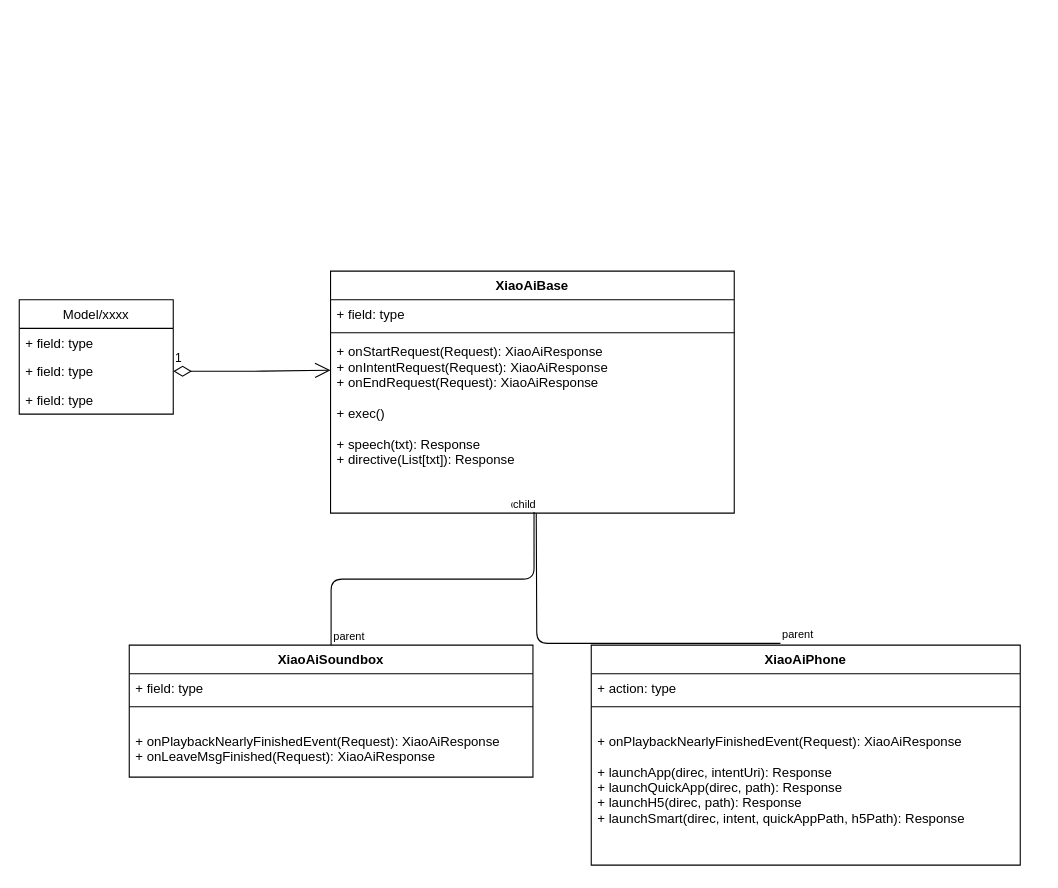
Earlier version of the draw.io diagram Untitled Diagram.drawio (HappyAngel/DependencyInjection_Investigate). Source tidied: cells renumbered, new cells numbered last; positions are measured from the earlier drawing's top-left corner, leaving out a move shared by most shapes. Both pictures are drawn from the tidied source at 110%, with x=0, y=0 at pixel (19, 271).
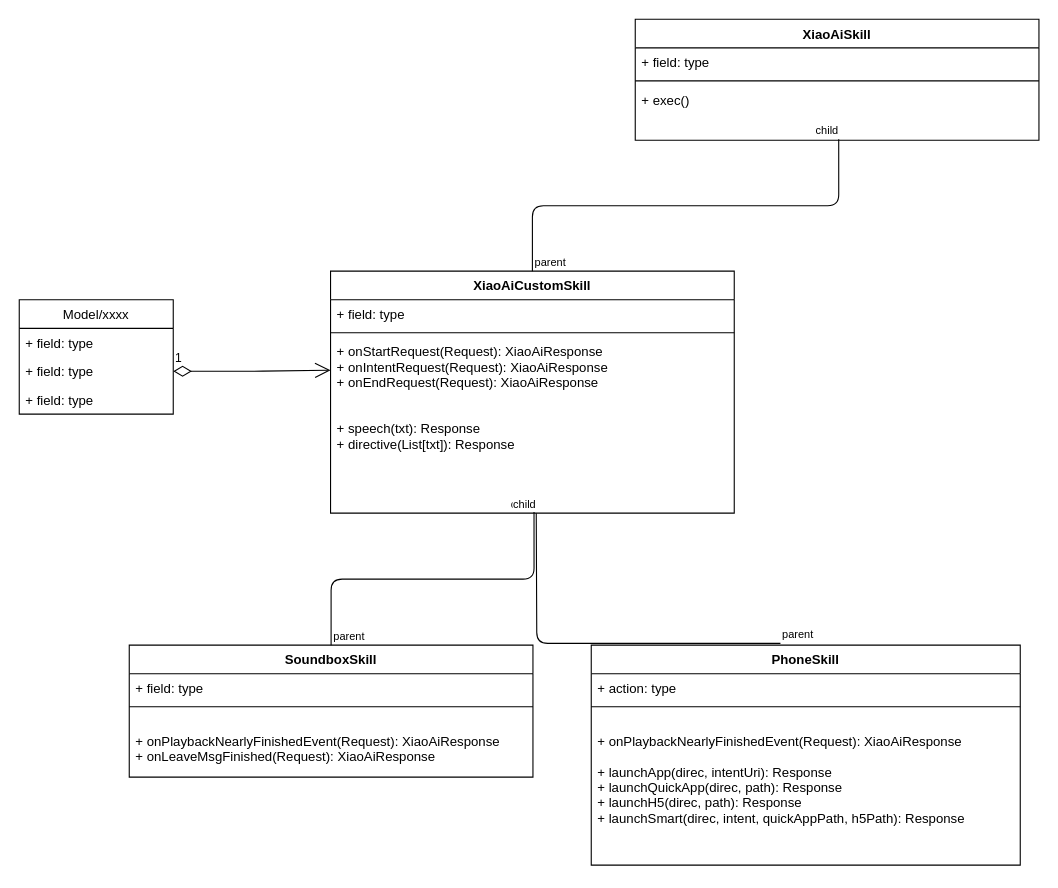
The same page after the edit.

Change to the diagram source:
```diff
@@
-    <mxCell id="2" value="XiaoAiBase" style="swimlane;fontStyle=1;align=center;verticalAlign=top;horizontal=1;startSize=26;" parent="1" vertex="1">
+    <mxCell id="2" value="XiaoAiCustomSkill&#10;" style="swimlane;fontStyle=1;align=center;verticalAlign=top;horizontal=1;startSize=26;" parent="1" vertex="1">
       <mxGeometry x="283" width="367" height="220" as="geometry" />
     </mxCell>
@@
-    <mxCell id="5" value="+ onStartRequest(Request): XiaoAiResponse&#10;+ onIntentRequest(Request): XiaoAiResponse&#10;+ onEndRequest(Request): XiaoAiResponse&#10;&#10;+ exec()&#10;&#10;+ speech(txt): Response&#10;+ directive(List[txt]): Response&#10;&#10;" style="text;strokeColor=none;fillColor=none;align=left;verticalAlign=top;spacingLeft=4;spacingRight=4;overflow=hidden;points=[[0,0.5],[1,0.5]];portConstraint=eastwest;" parent="2" vertex="1">
+    <mxCell id="5" value="+ onStartRequest(Request): XiaoAiResponse&#10;+ onIntentRequest(Request): XiaoAiResponse&#10;+ onEndRequest(Request): XiaoAiResponse&#10;&#10;&#10;+ speech(txt): Response&#10;+ directive(List[txt]): Response&#10;&#10;" style="text;strokeColor=none;fillColor=none;align=left;verticalAlign=top;spacingLeft=4;spacingRight=4;overflow=hidden;points=[[0,0.5],[1,0.5]];portConstraint=eastwest;" parent="2" vertex="1">
       <mxGeometry y="60" width="367" height="160" as="geometry" />
     </mxCell>
@@
-    <mxCell id="11" value="XiaoAiSoundbox" style="swimlane;fontStyle=1;align=center;verticalAlign=top;horizontal=1;startSize=26;" parent="1" vertex="1">
+    <mxCell id="11" value="SoundboxSkill" style="swimlane;fontStyle=1;align=center;verticalAlign=top;horizontal=1;startSize=26;" parent="1" vertex="1">
       <mxGeometry x="100" y="340" width="367" height="120" as="geometry" />
     </mxCell>
@@
-    <mxCell id="18" value="XiaoAiPhone" style="swimlane;fontStyle=1;align=center;verticalAlign=top;horizontal=1;startSize=26;" parent="1" vertex="1">
+    <mxCell id="18" value="PhoneSkill" style="swimlane;fontStyle=1;align=center;verticalAlign=top;horizontal=1;startSize=26;" parent="1" vertex="1">
       <mxGeometry x="520" y="340" width="390" height="200" as="geometry" />
     </mxCell>
@@
+    <mxCell id="25" value="XiaoAiSkill&#10;" style="swimlane;fontStyle=1;align=center;verticalAlign=top;horizontal=1;startSize=26;" parent="1" vertex="1">
+      <mxGeometry x="560" y="-229" width="367" height="110" as="geometry" />
+    </mxCell>
+    <mxCell id="26" value="+ field: type" style="text;strokeColor=none;fillColor=none;align=left;verticalAlign=top;spacingLeft=4;spacingRight=4;overflow=hidden;" parent="25" vertex="1">
+      <mxGeometry y="26" width="367" height="26" as="geometry" />
+    </mxCell>
+    <mxCell id="27" style="line;strokeWidth=1;fillColor=none;align=left;verticalAlign=middle;spacingTop=-1;spacingLeft=3;spacingRight=3;labelPosition=right;" parent="25" vertex="1">
+      <mxGeometry y="52" width="367" height="8" as="geometry" />
+    </mxCell>
+    <mxCell id="28" value="+ exec()&#10;&#10;&#10;" style="text;strokeColor=none;fillColor=none;align=left;verticalAlign=top;spacingLeft=4;spacingRight=4;overflow=hidden;points=[[0,0.5],[1,0.5]];portConstraint=eastwest;" parent="25" vertex="1">
+      <mxGeometry y="60" width="367" height="50" as="geometry" />
+    </mxCell>
+    <mxCell id="29" style="endArrow=none;html=1;edgeStyle=orthogonalEdgeStyle;exitX=0.5;exitY=0;exitDx=0;exitDy=0;entryX=0.504;entryY=0.98;entryDx=0;entryDy=0;entryPerimeter=0;" parent="1" edge="1" source="2" target="28">
+      <mxGeometry relative="1" as="geometry" />
+    </mxCell>
+    <mxCell id="30" value="parent" style="html=1;align=left;verticalAlign=bottom;labelBackgroundColor=#ffffff;fontSize=10;" parent="29" vertex="1">
+      <mxGeometry x="-1" relative="1" as="geometry" />
+    </mxCell>
+    <mxCell id="31" value="child" style="html=1;align=right;verticalAlign=bottom;labelBackgroundColor=#ffffff;fontSize=10;" parent="29" vertex="1">
+      <mxGeometry x="1" relative="1" as="geometry" />
+    </mxCell>
```
